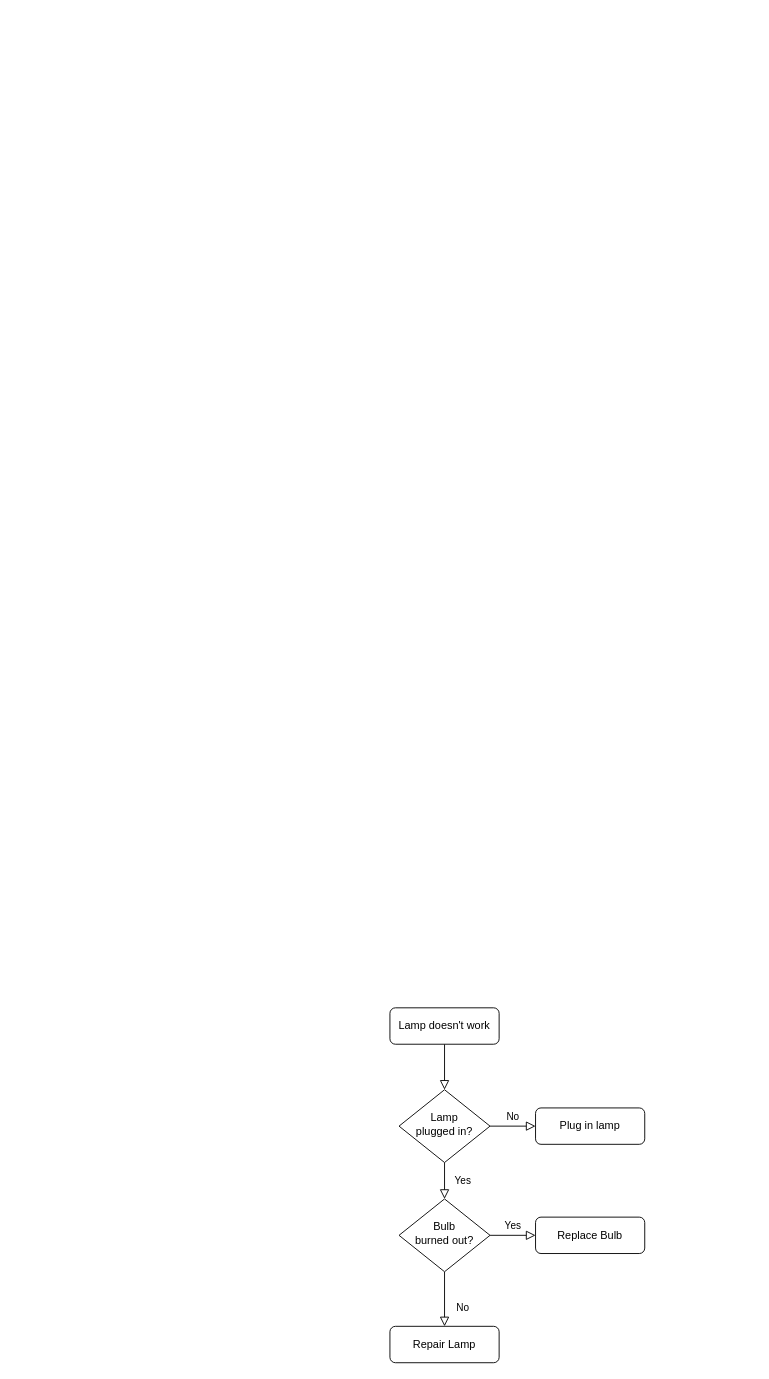
The draw.io diagram 未命名圖表.drawio in zs6184/test, before the edit. Source tidied: cells renumbered, new cells numbered last; positions are measured from the earlier drawing's top-left corner, leaving out a move shared by most shapes. Both pictures are drawn from the tidied source at 91%, with x=0, y=0 at pixel (389, 1007).
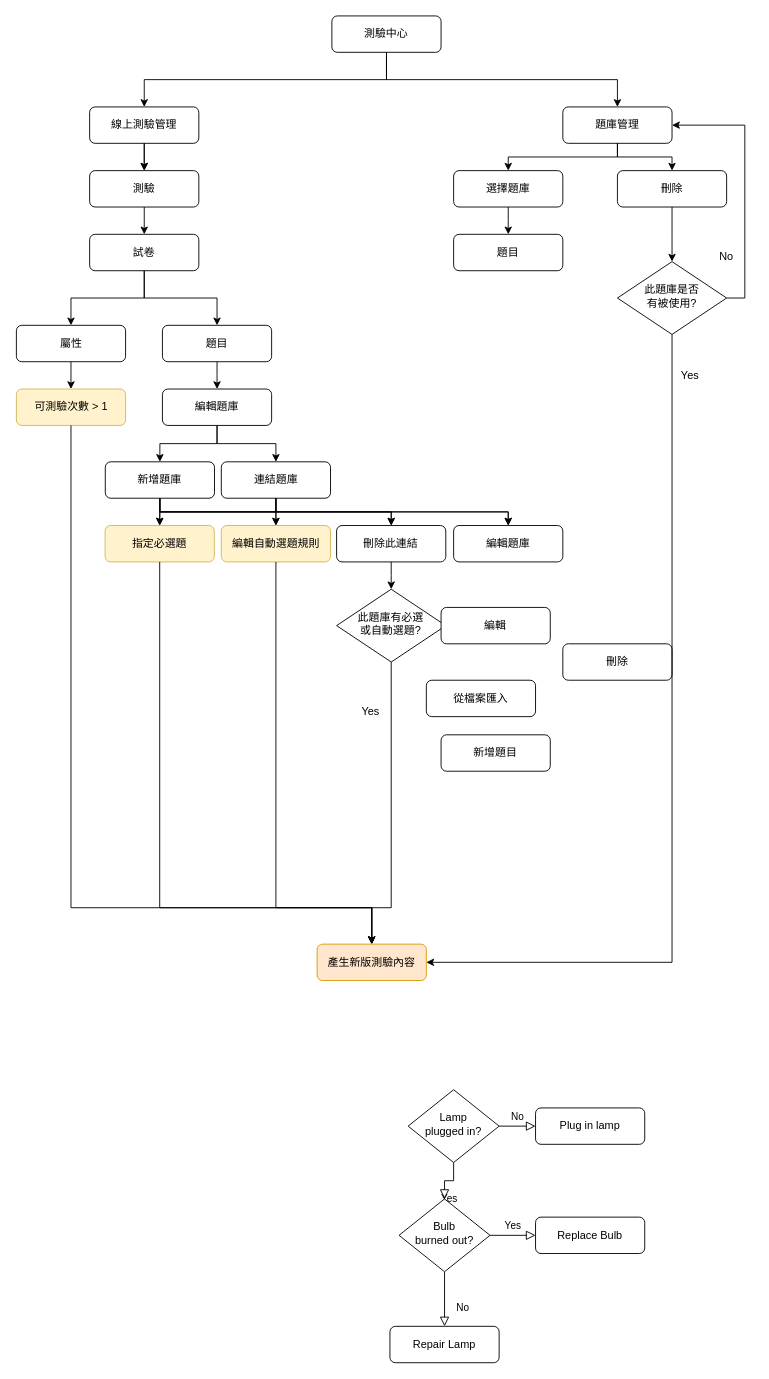
The same page after the edit.

Commit message (it also covers changes not shown here):
測驗流程圖.drawio

The edit, as a diff of the source:
```diff
@@
-    <mxCell id="2" style="rounded=0;html=1;jettySize=auto;fontSize=11;endArrow=block;endFill=0;endSize=8;strokeWidth=1;shadow=0;labelBackgroundColor=none;edgeStyle=orthogonalEdgeStyle;" parent="1" edge="1" source="3" target="6">
-      <mxGeometry relative="1" as="geometry" />
-    </mxCell>
-    <mxCell id="3" value="Lamp doesn't work" style="rounded=1;whiteSpace=wrap;html=1;fontSize=12;glass=0;strokeWidth=1;shadow=0;" parent="1" vertex="1">
-      <mxGeometry width="120" height="40" as="geometry" />
+    <mxCell id="3" value="測驗中心" style="rounded=1;whiteSpace=wrap;html=1;fontSize=12;glass=0;strokeWidth=1;shadow=0;" parent="1" vertex="1">
+      <mxGeometry x="-63.8" y="-1090" width="120" height="40" as="geometry" />
     </mxCell>
@@
     <mxCell id="6" value="Lamp&lt;br&gt;plugged in?" style="rhombus;whiteSpace=wrap;html=1;shadow=0;fontFamily=Helvetica;fontSize=12;align=center;strokeWidth=1;spacing=6;spacingTop=-4;" parent="1" vertex="1">
-      <mxGeometry x="10" y="90" width="100" height="80" as="geometry" />
+      <mxGeometry x="20" y="90" width="100" height="80" as="geometry" />
     </mxCell>
@@
+    <mxCell id="13" value="題庫管理" style="rounded=1;whiteSpace=wrap;html=1;" parent="1" vertex="1">
+      <mxGeometry x="190" y="-990" width="120" height="40" as="geometry" />
+    </mxCell>
+    <mxCell id="14" value="線上測驗管理" style="rounded=1;whiteSpace=wrap;html=1;" parent="1" vertex="1">
+      <mxGeometry x="-330" y="-990" width="120" height="40" as="geometry" />
+    </mxCell>
+    <mxCell id="15" style="endArrow=classic;html=1;rounded=0;" parent="1" edge="1">
+      <mxGeometry relative="1" as="geometry">
+        <mxPoint x="-270" y="-950" as="sourcePoint" />
+        <mxPoint x="-270" y="-920" as="targetPoint" />
+      </mxGeometry>
+    </mxCell>
+    <mxCell id="16" value="測驗" style="rounded=1;whiteSpace=wrap;html=1;" parent="1" vertex="1">
+      <mxGeometry x="-330" y="-920" width="120" height="40" as="geometry" />
+    </mxCell>
+    <mxCell id="17" style="endArrow=classic;html=1;rounded=0;" parent="1" edge="1">
+      <mxGeometry relative="1" as="geometry">
+        <mxPoint x="-270" y="-950" as="sourcePoint" />
+        <mxPoint x="-270" y="-920" as="targetPoint" />
+      </mxGeometry>
+    </mxCell>
+    <mxCell id="18" value="試卷" style="rounded=1;whiteSpace=wrap;html=1;" parent="1" vertex="1">
+      <mxGeometry x="-330" y="-850" width="120" height="40" as="geometry" />
+    </mxCell>
+    <mxCell id="19" style="endArrow=classic;html=1;rounded=0;" parent="1" edge="1">
+      <mxGeometry relative="1" as="geometry">
+        <mxPoint x="-270" y="-880" as="sourcePoint" />
+        <mxPoint x="-270" y="-850" as="targetPoint" />
+      </mxGeometry>
+    </mxCell>
+    <mxCell id="20" value="屬性" style="rounded=1;whiteSpace=wrap;html=1;" parent="1" vertex="1">
+      <mxGeometry x="-410.5" y="-750" width="120" height="40" as="geometry" />
+    </mxCell>
+    <mxCell id="21" value="題目" style="rounded=1;whiteSpace=wrap;html=1;" parent="1" vertex="1">
+      <mxGeometry x="-250" y="-750" width="120" height="40" as="geometry" />
+    </mxCell>
+    <mxCell id="22" value="可測驗次數 &amp;gt; 1" style="rounded=1;whiteSpace=wrap;html=1;fillColor=#fff2cc;strokeColor=#d6b656;" parent="1" vertex="1">
+      <mxGeometry x="-410.5" y="-680" width="120" height="40" as="geometry" />
+    </mxCell>
+    <mxCell id="23" style="endArrow=classic;html=1;rounded=0;" parent="1" edge="1">
+      <mxGeometry relative="1" as="geometry">
+        <mxPoint x="-350.5" y="-710" as="sourcePoint" />
+        <mxPoint x="-350.5" y="-680" as="targetPoint" />
+      </mxGeometry>
+    </mxCell>
+    <mxCell id="24" value="新增題庫" style="rounded=1;whiteSpace=wrap;html=1;" parent="1" vertex="1">
+      <mxGeometry x="-312.8" y="-600" width="120" height="40" as="geometry" />
+    </mxCell>
+    <mxCell id="25" style="edgeStyle=elbowEdgeStyle;elbow=vertical;endArrow=classic;html=1;rounded=0;entryX=0.5;entryY=0;entryDx=0;entryDy=0;exitX=0.5;exitY=1;exitDx=0;exitDy=0;" parent="1" edge="1" source="28" target="24">
+      <mxGeometry relative="1" as="geometry">
+        <Array as="points">
+          <mxPoint x="-240" y="-620" />
+        </Array>
+      </mxGeometry>
+    </mxCell>
+    <mxCell id="26" value="連結題庫" style="rounded=1;whiteSpace=wrap;html=1;" parent="1" vertex="1">
+      <mxGeometry x="-185.3" y="-600" width="120" height="40" as="geometry" />
+    </mxCell>
+    <mxCell id="27" style="edgeStyle=elbowEdgeStyle;elbow=vertical;endArrow=classic;html=1;rounded=0;entryX=0.5;entryY=0;entryDx=0;entryDy=0;exitX=0.5;exitY=1;exitDx=0;exitDy=0;" parent="1" edge="1" source="28" target="26">
+      <mxGeometry relative="1" as="geometry" />
+    </mxCell>
+    <mxCell id="28" value="編輯題庫" style="rounded=1;whiteSpace=wrap;html=1;" parent="1" vertex="1">
+      <mxGeometry x="-250" y="-680" width="120" height="40" as="geometry" />
+    </mxCell>
+    <mxCell id="29" style="edgeStyle=elbowEdgeStyle;elbow=vertical;endArrow=classic;html=1;rounded=0;exitX=0.5;exitY=1;exitDx=0;exitDy=0;entryX=0.5;entryY=0;entryDx=0;entryDy=0;" parent="1" edge="1" source="21" target="28">
+      <mxGeometry relative="1" as="geometry" />
+    </mxCell>
+    <mxCell id="30" style="edgeStyle=elbowEdgeStyle;elbow=vertical;endArrow=classic;html=1;rounded=0;exitX=0.5;exitY=1;exitDx=0;exitDy=0;entryX=0.5;entryY=0;entryDx=0;entryDy=0;" parent="1" edge="1" source="3" target="14">
+      <mxGeometry relative="1" as="geometry" />
+    </mxCell>
+    <mxCell id="31" style="edgeStyle=elbowEdgeStyle;elbow=vertical;endArrow=classic;html=1;rounded=0;exitX=0.5;exitY=1;exitDx=0;exitDy=0;" parent="1" edge="1" source="3" target="13">
+      <mxGeometry relative="1" as="geometry" />
+    </mxCell>
+    <mxCell id="32" style="edgeStyle=elbowEdgeStyle;elbow=vertical;endArrow=classic;html=1;rounded=0;exitX=0.5;exitY=1;exitDx=0;exitDy=0;entryX=0.5;entryY=0;entryDx=0;entryDy=0;" parent="1" edge="1" source="18" target="20">
+      <mxGeometry relative="1" as="geometry" />
+    </mxCell>
+    <mxCell id="33" style="edgeStyle=elbowEdgeStyle;elbow=vertical;endArrow=classic;html=1;rounded=0;exitX=0.5;exitY=1;exitDx=0;exitDy=0;entryX=0.5;entryY=0;entryDx=0;entryDy=0;" parent="1" edge="1" source="18" target="21">
+      <mxGeometry relative="1" as="geometry" />
+    </mxCell>
+    <mxCell id="34" value="指定必選題" style="rounded=1;whiteSpace=wrap;html=1;fillColor=#fff2cc;strokeColor=#d6b656;" parent="1" vertex="1">
+      <mxGeometry x="-313" y="-530" width="120" height="40" as="geometry" />
+    </mxCell>
+    <mxCell id="35" value="編輯自動選題規則" style="rounded=1;whiteSpace=wrap;html=1;fillColor=#fff2cc;strokeColor=#d6b656;" parent="1" vertex="1">
+      <mxGeometry x="-185.3" y="-530" width="120" height="40" as="geometry" />
+    </mxCell>
+    <mxCell id="36" style="edgeStyle=elbowEdgeStyle;elbow=vertical;endArrow=classic;html=1;rounded=0;exitX=0.5;exitY=1;exitDx=0;exitDy=0;entryX=0.5;entryY=0;entryDx=0;entryDy=0;" parent="1" edge="1" source="26" target="35">
+      <mxGeometry relative="1" as="geometry" />
+    </mxCell>
+    <mxCell id="37" style="edgeStyle=elbowEdgeStyle;elbow=vertical;endArrow=classic;html=1;rounded=0;exitX=0.5;exitY=1;exitDx=0;exitDy=0;entryX=0.5;entryY=0;entryDx=0;entryDy=0;" parent="1" edge="1" source="24" target="34">
+      <mxGeometry relative="1" as="geometry" />
+    </mxCell>
+    <mxCell id="38" style="edgeStyle=elbowEdgeStyle;elbow=vertical;endArrow=classic;html=1;rounded=0;exitX=0.5;exitY=1;exitDx=0;exitDy=0;entryX=0.5;entryY=0;entryDx=0;entryDy=0;" parent="1" edge="1" source="24" target="35">
+      <mxGeometry relative="1" as="geometry" />
+    </mxCell>
+    <mxCell id="39" style="edgeStyle=elbowEdgeStyle;elbow=vertical;endArrow=classic;html=1;rounded=0;exitX=0.5;exitY=1;exitDx=0;exitDy=0;entryX=0.5;entryY=0;entryDx=0;entryDy=0;" parent="1" edge="1" source="26" target="34">
+      <mxGeometry relative="1" as="geometry" />
+    </mxCell>
+    <mxCell id="40" value="編輯題庫" style="rounded=1;whiteSpace=wrap;html=1;" parent="1" vertex="1">
+      <mxGeometry x="70" y="-530" width="120" height="40" as="geometry" />
+    </mxCell>
+    <mxCell id="41" value="刪除此連結" style="rounded=1;whiteSpace=wrap;html=1;" parent="1" vertex="1">
+      <mxGeometry x="-58.6" y="-530" width="120" height="40" as="geometry" />
+    </mxCell>
+    <mxCell id="42" style="edgeStyle=elbowEdgeStyle;elbow=vertical;endArrow=classic;html=1;rounded=0;entryX=0.5;entryY=0;entryDx=0;entryDy=0;exitX=0.5;exitY=1;exitDx=0;exitDy=0;" parent="1" edge="1" source="26" target="40">
+      <mxGeometry relative="1" as="geometry" />
+    </mxCell>
+    <mxCell id="43" style="edgeStyle=elbowEdgeStyle;elbow=vertical;endArrow=classic;html=1;rounded=0;entryX=0.5;entryY=0;entryDx=0;entryDy=0;exitX=0.5;exitY=1;exitDx=0;exitDy=0;" parent="1" edge="1" source="24" target="40">
+      <mxGeometry relative="1" as="geometry" />
+    </mxCell>
+    <mxCell id="44" style="edgeStyle=elbowEdgeStyle;elbow=vertical;endArrow=classic;html=1;rounded=0;entryX=0.5;entryY=0;entryDx=0;entryDy=0;exitX=0.5;exitY=1;exitDx=0;exitDy=0;" parent="1" edge="1" source="26" target="41">
+      <mxGeometry relative="1" as="geometry" />
+    </mxCell>
+    <mxCell id="45" style="edgeStyle=elbowEdgeStyle;elbow=vertical;endArrow=classic;html=1;rounded=0;entryX=0.5;entryY=0;entryDx=0;entryDy=0;exitX=0.5;exitY=1;exitDx=0;exitDy=0;" parent="1" edge="1" source="24" target="41">
+      <mxGeometry relative="1" as="geometry" />
+    </mxCell>
+    <mxCell id="46" value="此題庫有必選&lt;br&gt;或自動選題?" style="rhombus;whiteSpace=wrap;html=1;shadow=0;fontFamily=Helvetica;fontSize=12;align=center;strokeWidth=1;spacing=6;spacingTop=-4;" parent="1" vertex="1">
+      <mxGeometry x="-58.6" y="-460" width="120" height="80" as="geometry" />
+    </mxCell>
+    <mxCell id="47" style="edgeStyle=elbowEdgeStyle;elbow=vertical;endArrow=classic;html=1;rounded=0;entryX=0.5;entryY=0;entryDx=0;entryDy=0;exitX=0.5;exitY=1;exitDx=0;exitDy=0;" parent="1" edge="1" source="41" target="46">
+      <mxGeometry relative="1" as="geometry" />
+    </mxCell>
+    <mxCell id="48" value="產生新版測驗內容" style="rounded=1;whiteSpace=wrap;html=1;fillColor=#ffe6cc;strokeColor=#d79b00;" parent="1" vertex="1">
+      <mxGeometry x="-80" y="-70" width="120" height="40" as="geometry" />
+    </mxCell>
+    <mxCell id="49" style="edgeStyle=elbowEdgeStyle;elbow=vertical;endArrow=classic;html=1;rounded=0;entryX=0.5;entryY=0;entryDx=0;entryDy=0;exitX=0.5;exitY=1;exitDx=0;exitDy=0;" parent="1" edge="1" source="22" target="48">
+      <mxGeometry relative="1" as="geometry">
+        <Array as="points">
+          <mxPoint x="-100" y="-110" />
+          <mxPoint x="-220" y="-250" />
+        </Array>
+      </mxGeometry>
+    </mxCell>
+    <mxCell id="50" style="edgeStyle=elbowEdgeStyle;elbow=vertical;endArrow=classic;html=1;rounded=0;entryX=0.5;entryY=0;entryDx=0;entryDy=0;exitX=0.5;exitY=1;exitDx=0;exitDy=0;" parent="1" edge="1" source="46" target="48">
+      <mxGeometry relative="1" as="geometry">
+        <Array as="points">
+          <mxPoint x="10" y="-110" />
+          <mxPoint x="40" y="-250" />
+        </Array>
+      </mxGeometry>
+    </mxCell>
+    <mxCell id="51" value="Yes" style="text;html=1;strokeColor=none;fillColor=none;align=center;verticalAlign=middle;whiteSpace=wrap;rounded=0;" parent="1" vertex="1">
+      <mxGeometry x="-50.6" y="-340" width="60" height="30" as="geometry" />
+    </mxCell>
+    <mxCell id="52" style="edgeStyle=elbowEdgeStyle;elbow=vertical;endArrow=classic;html=1;rounded=0;exitX=0.5;exitY=1;exitDx=0;exitDy=0;entryX=0.5;entryY=0;entryDx=0;entryDy=0;" parent="1" edge="1" source="34" target="48">
+      <mxGeometry relative="1" as="geometry">
+        <Array as="points">
+          <mxPoint x="-240" y="-110" />
+          <mxPoint x="-150" y="-110" />
+        </Array>
+      </mxGeometry>
+    </mxCell>
+    <mxCell id="53" style="edgeStyle=elbowEdgeStyle;elbow=vertical;endArrow=classic;html=1;rounded=0;exitX=0.5;exitY=1;exitDx=0;exitDy=0;entryX=0.5;entryY=0;entryDx=0;entryDy=0;" parent="1" edge="1" source="35" target="48">
+      <mxGeometry relative="1" as="geometry">
+        <Array as="points">
+          <mxPoint x="-130" y="-110" />
+        </Array>
+      </mxGeometry>
+    </mxCell>
+    <mxCell id="54" value="編輯" style="rounded=1;whiteSpace=wrap;html=1;" parent="1" vertex="1">
+      <mxGeometry x="56.2" y="-440" width="120" height="40" as="geometry" />
+    </mxCell>
+    <mxCell id="55" value="從檔案匯入" style="rounded=1;whiteSpace=wrap;html=1;" parent="1" vertex="1">
+      <mxGeometry x="40" y="-360" width="120" height="40" as="geometry" />
+    </mxCell>
+    <mxCell id="56" value="新增題目" style="rounded=1;whiteSpace=wrap;html=1;" parent="1" vertex="1">
+      <mxGeometry x="56.2" y="-300" width="120" height="40" as="geometry" />
+    </mxCell>
+    <mxCell id="57" value="刪除" style="rounded=1;whiteSpace=wrap;html=1;" parent="1" vertex="1">
+      <mxGeometry x="190" y="-400" width="120" height="40" as="geometry" />
+    </mxCell>
+    <mxCell id="58" value="選擇題庫" style="rounded=1;whiteSpace=wrap;html=1;" parent="1" vertex="1">
+      <mxGeometry x="70" y="-920" width="120" height="40" as="geometry" />
+    </mxCell>
+    <mxCell id="59" value="刪除" style="rounded=1;whiteSpace=wrap;html=1;" parent="1" vertex="1">
+      <mxGeometry x="250" y="-920" width="120" height="40" as="geometry" />
+    </mxCell>
+    <mxCell id="60" value="題目" style="rounded=1;whiteSpace=wrap;html=1;" parent="1" vertex="1">
+      <mxGeometry x="70" y="-850" width="120" height="40" as="geometry" />
+    </mxCell>
+    <mxCell id="61" style="edgeStyle=elbowEdgeStyle;elbow=vertical;endArrow=classic;html=1;rounded=0;entryX=0.5;entryY=0;entryDx=0;entryDy=0;exitX=0.5;exitY=1;exitDx=0;exitDy=0;" parent="1" edge="1" source="13" target="58">
+      <mxGeometry relative="1" as="geometry" />
+    </mxCell>
+    <mxCell id="62" style="edgeStyle=elbowEdgeStyle;elbow=vertical;endArrow=classic;html=1;rounded=0;entryX=0.5;entryY=0;entryDx=0;entryDy=0;exitX=0.5;exitY=1;exitDx=0;exitDy=0;" parent="1" edge="1" source="13" target="59">
+      <mxGeometry relative="1" as="geometry" />
+    </mxCell>
+    <mxCell id="63" style="edgeStyle=elbowEdgeStyle;elbow=vertical;endArrow=classic;html=1;rounded=0;entryX=0.5;entryY=0;entryDx=0;entryDy=0;exitX=0.5;exitY=1;exitDx=0;exitDy=0;" parent="1" edge="1" source="58" target="60">
+      <mxGeometry relative="1" as="geometry" />
+    </mxCell>
+    <mxCell id="64" value="此題庫是否&lt;br&gt;有被使用?" style="rhombus;whiteSpace=wrap;html=1;shadow=0;fontFamily=Helvetica;fontSize=12;align=center;strokeWidth=1;spacing=6;spacingTop=-4;" parent="1" vertex="1">
+      <mxGeometry x="250" y="-820" width="120" height="80" as="geometry" />
+    </mxCell>
+    <mxCell id="65" value="Yes" style="text;html=1;strokeColor=none;fillColor=none;align=center;verticalAlign=middle;whiteSpace=wrap;rounded=0;" parent="1" vertex="1">
+      <mxGeometry x="300" y="-710" width="60" height="30" as="geometry" />
+    </mxCell>
+    <mxCell id="66" style="edgeStyle=elbowEdgeStyle;elbow=vertical;endArrow=classic;html=1;rounded=0;entryX=0.5;entryY=0;entryDx=0;entryDy=0;exitX=0.5;exitY=1;exitDx=0;exitDy=0;" parent="1" edge="1" source="59" target="64">
+      <mxGeometry relative="1" as="geometry" />
+    </mxCell>
+    <mxCell id="67" style="edgeStyle=elbowEdgeStyle;elbow=vertical;endArrow=classic;html=1;rounded=0;entryX=1;entryY=0.5;entryDx=0;entryDy=0;exitX=0.5;exitY=1;exitDx=0;exitDy=0;" parent="1" edge="1" source="64" target="48">
+      <mxGeometry relative="1" as="geometry">
+        <Array as="points">
+          <mxPoint x="190" y="-50" />
+          <mxPoint x="400" y="-60" />
+        </Array>
+      </mxGeometry>
+    </mxCell>
+    <mxCell id="68" style="edgeStyle=elbowEdgeStyle;elbow=vertical;endArrow=classic;html=1;rounded=0;exitX=1;exitY=0.5;exitDx=0;exitDy=0;entryX=1;entryY=0.5;entryDx=0;entryDy=0;" parent="1" edge="1" source="64" target="13">
+      <mxGeometry relative="1" as="geometry">
+        <Array as="points">
+          <mxPoint x="390" y="-900" />
+        </Array>
+      </mxGeometry>
+    </mxCell>
+    <mxCell id="69" value="No" style="text;html=1;strokeColor=none;fillColor=none;align=center;verticalAlign=middle;whiteSpace=wrap;rounded=0;" parent="1" vertex="1">
+      <mxGeometry x="340" y="-840" width="60" height="30" as="geometry" />
+    </mxCell>
```
